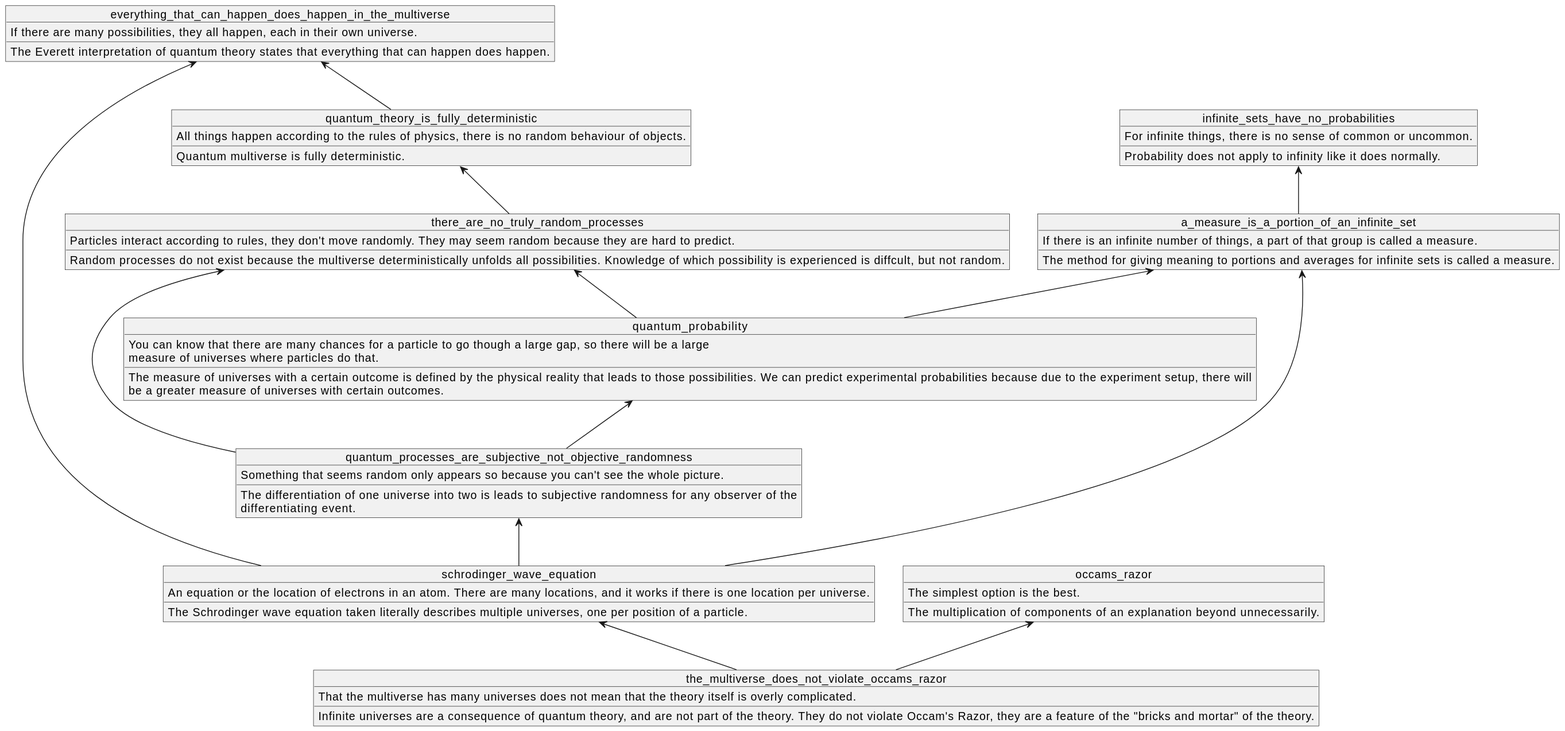
Before: docs/assets/images_quick_boi/bolq_diagram_the_multiverse_does_not_violate_occams_razor/bolq_diagram_the_multiverse_does_not_violate_occams_razor.svg, a diagram exported from PlantUML (ceramic-sf/ceramic-sf.github.io). Its diagram source:
```plantuml
@startuml bolq_diagram_the_multiverse_does_not_violate_occams_razor

object the_multiverse_does_not_violate_occams_razor {
That the multiverse has many universes does not mean that the theory itself is overly complicated.
____
Infinite universes are a consequence of quantum theory, and are not part of the theory. They do not violate Occam's Razor, they are a feature of the "bricks and mortar" of the theory.
}
schrodinger_wave_equation <-- the_multiverse_does_not_violate_occams_razor
occams_razor <-- the_multiverse_does_not_violate_occams_razor

object schrodinger_wave_equation {
An equation or the location of electrons in an atom. There are many locations, and it works if there is one location per universe.
____
The Schrodinger wave equation taken literally describes multiple universes, one per position of a particle.
}
everything_that_can_happen_does_happen_in_the_multiverse <-- schrodinger_wave_equation
a_measure_is_a_portion_of_an_infinite_set <-- schrodinger_wave_equation
quantum_processes_are_subjective_not_objective_randomness <-- schrodinger_wave_equation

object occams_razor {
The simplest option is the best.
____
The multiplication of components of an explanation beyond unnecessarily.
}

object everything_that_can_happen_does_happen_in_the_multiverse {
If there are many possibilities, they all happen, each in their own universe.
____
The Everett interpretation of quantum theory states that everything that can happen does happen.
}

object a_measure_is_a_portion_of_an_infinite_set {
If there is an infinite number of things, a part of that group is called a measure.
____
The method for giving meaning to portions and averages for infinite sets is called a measure.
}
infinite_sets_have_no_probabilities <-- a_measure_is_a_portion_of_an_infinite_set

object quantum_processes_are_subjective_not_objective_randomness {
Something that seems random only appears so because you can't see the whole picture.
____
The differentiation of one universe into two is leads to subjective randomness for any observer of the
differentiating event.
}
there_are_no_truly_random_processes <-- quantum_processes_are_subjective_not_objective_randomness
quantum_probability <-- quantum_processes_are_subjective_not_objective_randomness

object infinite_sets_have_no_probabilities {
For infinite things, there is no sense of common or uncommon.
____
Probability does not apply to infinity like it does normally.
}

object there_are_no_truly_random_processes {
Particles interact according to rules, they don't move randomly. They may seem random because they are hard to predict.
____
Random processes do not exist because the multiverse deterministically unfolds all possibilities. Knowledge of which possibility is experienced is diffcult, but not random.
}
quantum_theory_is_fully_deterministic <-- there_are_no_truly_random_processes

object quantum_probability {
You can know that there are many chances for a particle to go though a large gap, so there will be a large
measure of universes where particles do that.
____
The measure of universes with a certain outcome is defined by the physical reality that leads to those possibilities. We can predict experimental probabilities because due to the experiment setup, there will
be a greater measure of universes with certain outcomes.
}
a_measure_is_a_portion_of_an_infinite_set <-- quantum_probability
there_are_no_truly_random_processes <-- quantum_probability

object quantum_theory_is_fully_deterministic {
All things happen according to the rules of physics, there is no random behaviour of objects.
____
Quantum multiverse is fully deterministic.
}
everything_that_can_happen_does_happen_in_the_multiverse <-- quantum_theory_is_fully_deterministic
@enduml
```
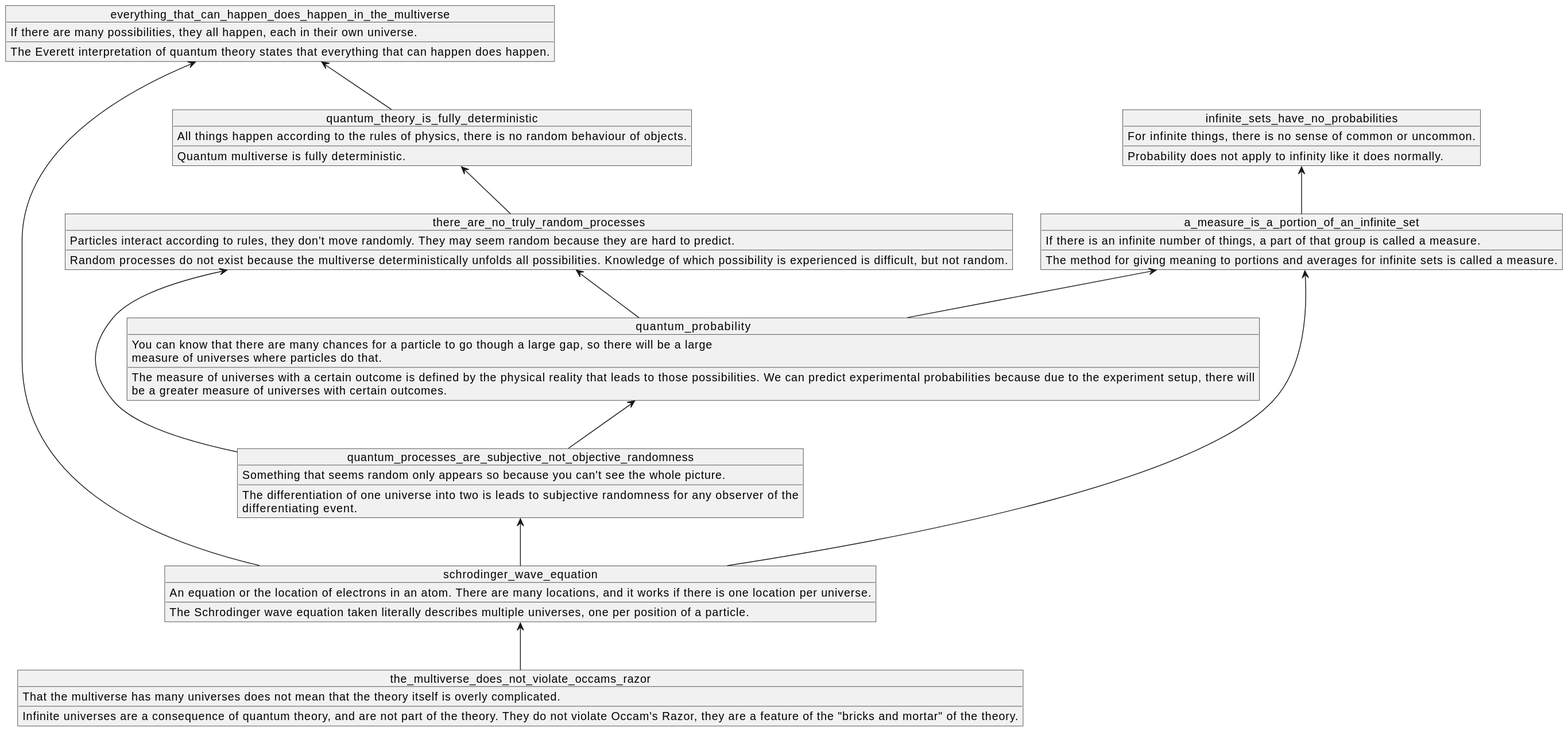
The same file after the commit.

Diff of the diagram source:
```diff
@@ -6,7 +6,6 @@
 Infinite universes are a consequence of quantum theory, and are not part of the theory. They do not violate Occam's Razor, they are a feature of the "bricks and mortar" of the theory.
 }
 schrodinger_wave_equation <-- the_multiverse_does_not_violate_occams_razor
-occams_razor <-- the_multiverse_does_not_violate_occams_razor
 
 object schrodinger_wave_equation {
 An equation or the location of electrons in an atom. There are many locations, and it works if there is one location per universe.
@@ -16,12 +15,6 @@
 everything_that_can_happen_does_happen_in_the_multiverse <-- schrodinger_wave_equation
 a_measure_is_a_portion_of_an_infinite_set <-- schrodinger_wave_equation
 quantum_processes_are_subjective_not_objective_randomness <-- schrodinger_wave_equation
-
-object occams_razor {
-The simplest option is the best.
-____
-The multiplication of components of an explanation beyond unnecessarily.
-}
 
 object everything_that_can_happen_does_happen_in_the_multiverse {
 If there are many possibilities, they all happen, each in their own universe.
@@ -54,7 +47,7 @@
 object there_are_no_truly_random_processes {
 Particles interact according to rules, they don't move randomly. They may seem random because they are hard to predict.
 ____
-Random processes do not exist because the multiverse deterministically unfolds all possibilities. Knowledge of which possibility is experienced is diffcult, but not random.
+Random processes do not exist because the multiverse deterministically unfolds all possibilities. Knowledge of which possibility is experienced is difficult, but not random.
 }
 quantum_theory_is_fully_deterministic <-- there_are_no_truly_random_processes
 
```
